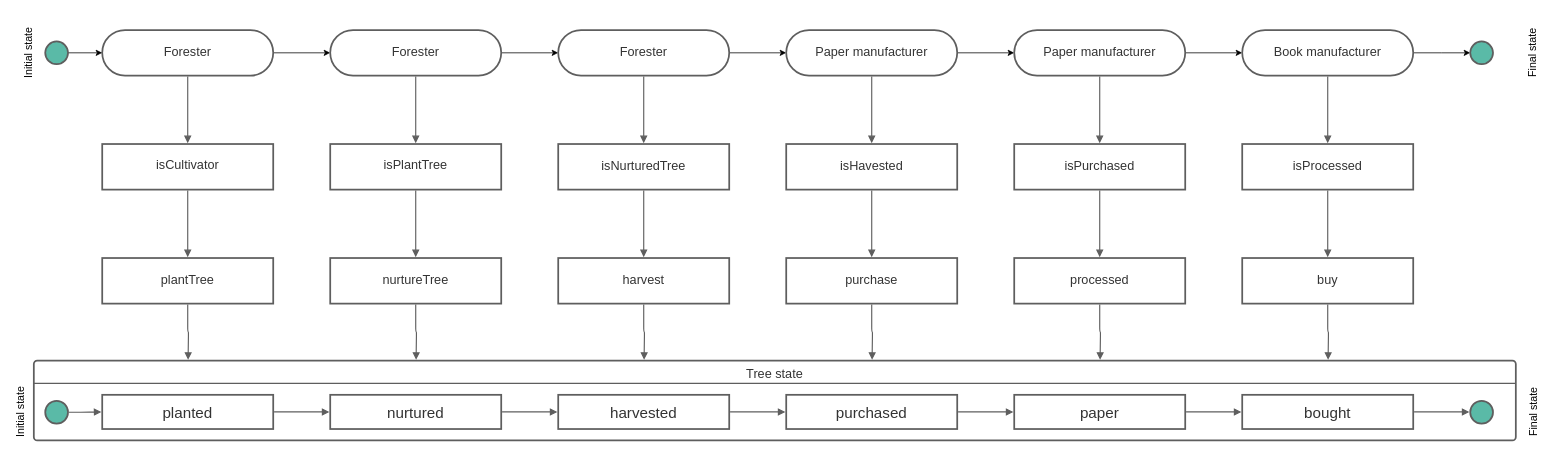
lavikara/project_3 keeps this draw.io diagram as page "Page-2" (2 of 2) of Untitled Diagram.drawio. Above is the earlier version. Source tidied: cells renumbered, new cells numbered last; positions are measured from the earlier drawing's top-left corner, leaving out a move shared by most shapes. Both pictures are drawn from the tidied source at 76%, with x=0, y=0 at pixel (-20, 30).
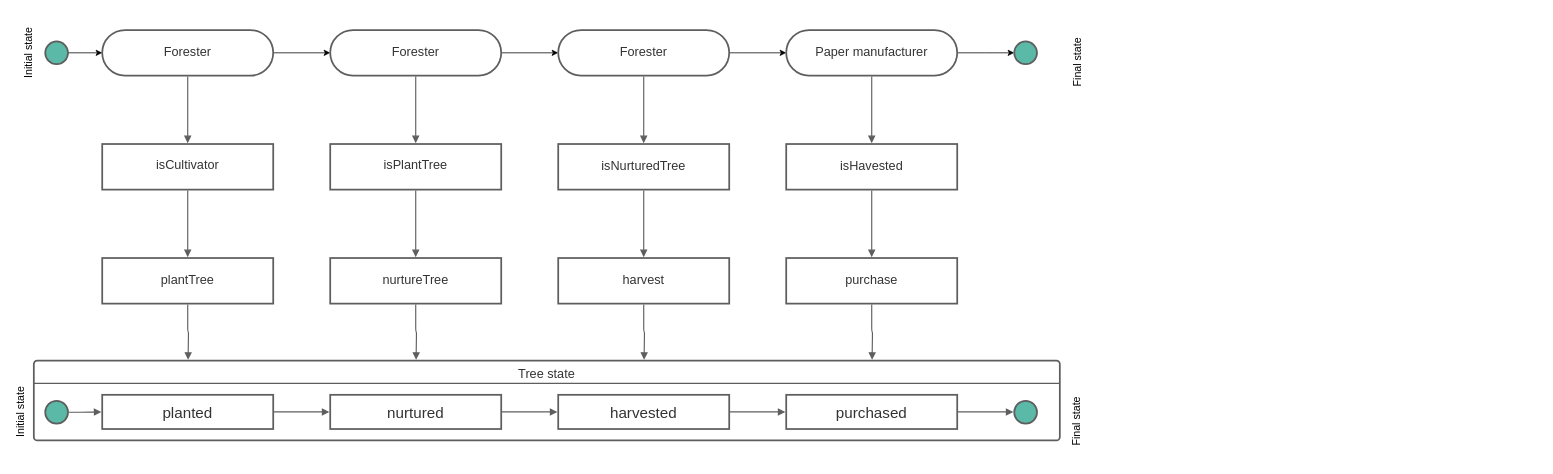
The same page after the edit.

Commit message (it also covers changes not shown here):
Tree state diagram

The change refers to these unchanged cells:
```xml
<mxCell id="11" value="purchased" style="html=1;overflow=block;blockSpacing=1;whiteSpace=wrap;whiteSpace=wrap;fontSize=20;fontColor=#333333;spacing=9;strokeColor=#5e5e5e;strokeOpacity=100;strokeWidth=2.3;" parent="1" vertex="1">
  <mxGeometry x="1060" y="480" width="225" height="45" as="geometry" />
</mxCell>
<mxCell id="21" value="Paper manufacturer" style="html=1;overflow=block;blockSpacing=1;whiteSpace=wrap;rounded=1;arcSize=50;whiteSpace=wrap;fontSize=16.7;fontColor=#333333;spacing=3.8;strokeColor=#5e5e5e;strokeOpacity=100;strokeWidth=2.3;" parent="1" vertex="1">
  <mxGeometry x="1060" width="225" height="60" as="geometry" />
</mxCell>
```

Change to the diagram source:
```diff
@@
     <mxCell id="2" value="Tree state" style="html=1;overflow=block;blockSpacing=1;whiteSpace=wrap;whiteSpace=wrap;fontSize=16.7;fontColor=#333333;spacing=9;verticalAlign=top;strokeColor=#5e5e5e;strokeOpacity=100;rounded=1;absoluteArcSize=1;arcSize=9;strokeWidth=2.3;" parent="1" vertex="1">
-      <mxGeometry x="70" y="435" width="1950" height="105" as="geometry" />
+      <mxGeometry x="70" y="435" width="1350" height="105" as="geometry" />
     </mxCell>
@@
-    <mxCell id="20" style="edgeStyle=orthogonalEdgeStyle;rounded=0;jettySize=auto;html=1;exitX=1;exitY=0.5;exitDx=0;exitDy=0;entryX=0;entryY=0.5;entryDx=0;entryDy=0;" parent="1" edge="1" source="21" target="25">
-      <mxGeometry relative="1" as="geometry" />
+    <mxCell id="20" style="edgeStyle=orthogonalEdgeStyle;rounded=0;jettySize=auto;html=1;exitX=1;exitY=0.5;exitDx=0;exitDy=0;entryX=0;entryY=0.5;entryDx=0;entryDy=0;" parent="1" edge="1" source="21">
+      <mxGeometry relative="1" as="geometry">
+        <mxPoint x="1360" y="30" as="targetPoint" />
+      </mxGeometry>
     </mxCell>
@@
-    <mxCell id="24" style="edgeStyle=orthogonalEdgeStyle;rounded=0;jettySize=auto;html=1;exitX=1;exitY=0.5;exitDx=0;exitDy=0;entryX=0;entryY=0.5;entryDx=0;entryDy=0;" parent="1" edge="1" source="25" target="30">
-      <mxGeometry relative="1" as="geometry" />
-    </mxCell>
-    <mxCell id="25" value="Paper manufacturer" style="html=1;overflow=block;blockSpacing=1;whiteSpace=wrap;rounded=1;arcSize=50;whiteSpace=wrap;fontSize=16.7;fontColor=#333333;spacing=3.8;strokeColor=#5e5e5e;strokeOpacity=100;strokeWidth=2.3;" parent="1" vertex="1">
-      <mxGeometry x="1360" width="225" height="60" as="geometry" />
-    </mxCell>
-    <mxCell id="26" value="isPurchased" style="html=1;overflow=block;blockSpacing=1;whiteSpace=wrap;whiteSpace=wrap;fontSize=16.7;fontColor=#333333;spacing=9;strokeColor=#5e5e5e;strokeOpacity=100;strokeWidth=2.3;" parent="1" vertex="1">
-      <mxGeometry x="1360" y="150" width="225" height="60" as="geometry" />
-    </mxCell>
-    <mxCell id="27" value="processed" style="html=1;overflow=block;blockSpacing=1;whiteSpace=wrap;whiteSpace=wrap;fontSize=16.7;fontColor=#333333;spacing=9;strokeColor=#5e5e5e;strokeOpacity=100;strokeWidth=2.3;" parent="1" vertex="1">
-      <mxGeometry x="1360" y="300" width="225" height="60" as="geometry" />
-    </mxCell>
-    <mxCell id="28" value="paper" style="html=1;overflow=block;blockSpacing=1;whiteSpace=wrap;whiteSpace=wrap;fontSize=20;fontColor=#333333;spacing=9;strokeColor=#5e5e5e;strokeOpacity=100;strokeWidth=2.3;" parent="1" vertex="1">
-      <mxGeometry x="1360" y="480" width="225" height="45" as="geometry" />
-    </mxCell>
-    <mxCell id="29" style="edgeStyle=orthogonalEdgeStyle;rounded=0;jettySize=auto;html=1;exitX=1;exitY=0.5;exitDx=0;exitDy=0;" parent="1" edge="1" source="30">
-      <mxGeometry relative="1" as="geometry">
-        <mxPoint x="1960" y="30" as="targetPoint" />
-      </mxGeometry>
-    </mxCell>
-    <mxCell id="30" value="Book manufacturer" style="html=1;overflow=block;blockSpacing=1;whiteSpace=wrap;rounded=1;arcSize=50;whiteSpace=wrap;fontSize=16.7;fontColor=#333333;spacing=3.8;strokeColor=#5e5e5e;strokeOpacity=100;strokeWidth=2.3;" parent="1" vertex="1">
-      <mxGeometry x="1660" width="225" height="60" as="geometry" />
-    </mxCell>
-    <mxCell id="31" value="isProcessed" style="html=1;overflow=block;blockSpacing=1;whiteSpace=wrap;whiteSpace=wrap;fontSize=16.7;fontColor=#333333;spacing=9;strokeColor=#5e5e5e;strokeOpacity=100;strokeWidth=2.3;" parent="1" vertex="1">
-      <mxGeometry x="1660" y="150" width="225" height="60" as="geometry" />
-    </mxCell>
-    <mxCell id="32" value="buy" style="html=1;overflow=block;blockSpacing=1;whiteSpace=wrap;whiteSpace=wrap;fontSize=16.7;fontColor=#333333;spacing=9;strokeColor=#5e5e5e;strokeOpacity=100;strokeWidth=2.3;" parent="1" vertex="1">
-      <mxGeometry x="1660" y="300" width="225" height="60" as="geometry" />
-    </mxCell>
-    <mxCell id="33" value="bought" style="html=1;overflow=block;blockSpacing=1;whiteSpace=wrap;whiteSpace=wrap;fontSize=20;fontColor=#333333;spacing=9;strokeColor=#5e5e5e;strokeOpacity=100;strokeWidth=2.3;" parent="1" vertex="1">
-      <mxGeometry x="1660" y="480" width="225" height="45" as="geometry" />
-    </mxCell>
     <mxCell id="34" style="html=1;jettySize=18;whiteSpace=wrap;fontSize=13;strokeColor=#5E5E5E;strokeWidth=1.5;rounded=1;arcSize=12;edgeStyle=orthogonalEdgeStyle;startArrow=none;endArrow=none;" parent="1" edge="1">
       <mxGeometry relative="1" as="geometry">
         <mxPoint x="70" y="465" as="sourcePoint" />
-        <mxPoint x="2020" y="465" as="targetPoint" />
+        <mxPoint x="1420" y="465" as="targetPoint" />
       </mxGeometry>
     </mxCell>
@@
-    <mxCell id="45" style="html=1;jettySize=18;whiteSpace=wrap;fontSize=13;strokeColor=#5E5E5E;strokeWidth=1.5;rounded=1;arcSize=12;edgeStyle=orthogonalEdgeStyle;startArrow=none;endArrow=block;endFill=1;exitX=1.005;exitY=0.5;exitPerimeter=0;entryX=-0.005;entryY=0.5;entryPerimeter=0;" parent="1" edge="1" source="11" target="28">
-      <mxGeometry relative="1" as="geometry" />
+    <mxCell id="45" style="html=1;jettySize=18;whiteSpace=wrap;fontSize=13;strokeColor=#5E5E5E;strokeWidth=1.5;rounded=1;arcSize=12;edgeStyle=orthogonalEdgeStyle;startArrow=none;endArrow=block;endFill=1;exitX=1.005;exitY=0.5;exitPerimeter=0;entryX=-0.005;entryY=0.5;entryPerimeter=0;" parent="1" edge="1" source="11">
+      <mxGeometry relative="1" as="geometry">
+        <mxPoint x="1358.9" y="502.5" as="targetPoint" />
+      </mxGeometry>
     </mxCell>
-    <mxCell id="46" style="html=1;jettySize=18;whiteSpace=wrap;fontSize=13;strokeColor=#5E5E5E;strokeWidth=1.5;rounded=1;arcSize=12;edgeStyle=orthogonalEdgeStyle;startArrow=none;endArrow=block;endFill=1;exitX=1.005;exitY=0.5;exitPerimeter=0;entryX=-0.005;entryY=0.5;entryPerimeter=0;" parent="1" edge="1" source="28" target="33">
-      <mxGeometry relative="1" as="geometry" />
+    <mxCell id="46" style="html=1;jettySize=18;whiteSpace=wrap;fontSize=13;strokeColor=#5E5E5E;strokeWidth=1.5;rounded=1;arcSize=12;edgeStyle=orthogonalEdgeStyle;startArrow=none;endArrow=block;endFill=1;exitX=1.005;exitY=0.5;exitPerimeter=0;entryX=-0.005;entryY=0.5;entryPerimeter=0;" parent="1" edge="1">
+      <mxGeometry relative="1" as="geometry">
+        <mxPoint x="1586.1" y="502.5" as="sourcePoint" />
+      </mxGeometry>
     </mxCell>
-    <mxCell id="47" style="html=1;jettySize=18;whiteSpace=wrap;fontSize=13;strokeColor=#5E5E5E;strokeWidth=1.5;rounded=1;arcSize=12;edgeStyle=orthogonalEdgeStyle;startArrow=none;endArrow=block;endFill=1;exitX=1.005;exitY=0.5;exitPerimeter=0;entryX=-0.005;entryY=0.5;entryPerimeter=0;" parent="1" edge="1" source="33">
-      <mxGeometry relative="1" as="geometry">
-        <mxPoint x="1958.9" y="502.5" as="targetPoint" />
-      </mxGeometry>
-    </mxCell>
     <mxCell id="48" style="html=1;overflow=block;blockSpacing=1;whiteSpace=wrap;ellipse;whiteSpace=wrap;fontSize=13;spacing=3.8;strokeColor=#5e5e5e;strokeOpacity=100;fillOpacity=100;rounded=1;absoluteArcSize=1;arcSize=9;fillColor=#5abaa7;strokeWidth=2.3;" parent="1" vertex="1">
-      <mxGeometry x="1960" y="488" width="30" height="30" as="geometry" />
+      <mxGeometry x="1360" y="488" width="30" height="30" as="geometry" />
     </mxCell>
@@
-    <mxCell id="55" style="html=1;jettySize=18;whiteSpace=wrap;fontSize=13;strokeColor=#5E5E5E;strokeWidth=1.5;rounded=1;arcSize=12;edgeStyle=orthogonalEdgeStyle;startArrow=none;endArrow=block;endFill=1;exitX=0.5;exitY=1.019;exitPerimeter=0;entryX=0.5;entryY=-0.019;entryPerimeter=0;" parent="1" edge="1" source="25" target="26">
-      <mxGeometry relative="1" as="geometry" />
-    </mxCell>
-    <mxCell id="56" style="html=1;jettySize=18;whiteSpace=wrap;fontSize=13;strokeColor=#5E5E5E;strokeWidth=1.5;rounded=1;arcSize=12;edgeStyle=orthogonalEdgeStyle;startArrow=none;endArrow=block;endFill=1;exitX=0.5;exitY=1.019;exitPerimeter=0;entryX=0.5;entryY=-0.019;entryPerimeter=0;" parent="1" edge="1" source="26" target="27">
-      <mxGeometry relative="1" as="geometry" />
+    <mxCell id="56" style="html=1;jettySize=18;whiteSpace=wrap;fontSize=13;strokeColor=#5E5E5E;strokeWidth=1.5;rounded=1;arcSize=12;edgeStyle=orthogonalEdgeStyle;startArrow=none;endArrow=block;endFill=1;exitX=0.5;exitY=1.019;exitPerimeter=0;entryX=0.5;entryY=-0.019;entryPerimeter=0;" parent="1" edge="1">
+      <mxGeometry relative="1" as="geometry">
+        <mxPoint x="1472.5" y="211.1" as="sourcePoint" />
+      </mxGeometry>
     </mxCell>
-    <mxCell id="57" style="html=1;jettySize=18;whiteSpace=wrap;fontSize=13;strokeColor=#5E5E5E;strokeWidth=1.5;rounded=1;arcSize=12;edgeStyle=orthogonalEdgeStyle;startArrow=none;endArrow=block;endFill=1;exitX=0.5;exitY=1.019;exitPerimeter=0;" parent="1" edge="1" source="27">
-      <mxGeometry relative="1" as="geometry">
-        <mxPoint x="1473" y="434" as="targetPoint" />
-      </mxGeometry>
-    </mxCell>
-    <mxCell id="58" style="html=1;jettySize=18;whiteSpace=wrap;fontSize=13;strokeColor=#5E5E5E;strokeWidth=1.5;rounded=1;arcSize=12;edgeStyle=orthogonalEdgeStyle;startArrow=none;endArrow=block;endFill=1;exitX=0.5;exitY=1.019;exitPerimeter=0;entryX=0.5;entryY=-0.019;entryPerimeter=0;" parent="1" edge="1" source="30" target="31">
-      <mxGeometry relative="1" as="geometry" />
+    <mxCell id="58" style="html=1;jettySize=18;whiteSpace=wrap;fontSize=13;strokeColor=#5E5E5E;strokeWidth=1.5;rounded=1;arcSize=12;edgeStyle=orthogonalEdgeStyle;startArrow=none;endArrow=block;endFill=1;exitX=0.5;exitY=1.019;exitPerimeter=0;entryX=0.5;entryY=-0.019;entryPerimeter=0;" parent="1" edge="1">
+      <mxGeometry relative="1" as="geometry">
+        <mxPoint x="1772.5" y="61.1" as="sourcePoint" />
+      </mxGeometry>
     </mxCell>
-    <mxCell id="59" style="html=1;jettySize=18;whiteSpace=wrap;fontSize=13;strokeColor=#5E5E5E;strokeWidth=1.5;rounded=1;arcSize=12;edgeStyle=orthogonalEdgeStyle;startArrow=none;endArrow=block;endFill=1;exitX=0.5;exitY=1.019;exitPerimeter=0;entryX=0.5;entryY=-0.019;entryPerimeter=0;" parent="1" edge="1" source="31" target="32">
-      <mxGeometry relative="1" as="geometry" />
+    <mxCell id="59" style="html=1;jettySize=18;whiteSpace=wrap;fontSize=13;strokeColor=#5E5E5E;strokeWidth=1.5;rounded=1;arcSize=12;edgeStyle=orthogonalEdgeStyle;startArrow=none;endArrow=block;endFill=1;exitX=0.5;exitY=1.019;exitPerimeter=0;entryX=0.5;entryY=-0.019;entryPerimeter=0;" parent="1" edge="1">
+      <mxGeometry relative="1" as="geometry">
+        <mxPoint x="1772.5" y="211.1" as="sourcePoint" />
+      </mxGeometry>
     </mxCell>
-    <mxCell id="60" style="html=1;jettySize=18;whiteSpace=wrap;fontSize=13;strokeColor=#5E5E5E;strokeWidth=1.5;rounded=1;arcSize=12;edgeStyle=orthogonalEdgeStyle;startArrow=none;endArrow=block;endFill=1;exitX=0.5;exitY=1.019;exitPerimeter=0;" parent="1" edge="1" source="32">
-      <mxGeometry relative="1" as="geometry">
-        <mxPoint x="1773" y="434" as="targetPoint" />
-      </mxGeometry>
-    </mxCell>
     <mxCell id="61" style="html=1;overflow=block;blockSpacing=1;whiteSpace=wrap;ellipse;whiteSpace=wrap;fontSize=13;spacing=3.8;strokeColor=#5e5e5e;strokeOpacity=100;fillOpacity=100;rounded=1;absoluteArcSize=1;arcSize=9;fillColor=#5abaa7;strokeWidth=2.3;" parent="1" vertex="1">
-      <mxGeometry x="1960" y="15" width="30" height="30" as="geometry" />
+      <mxGeometry x="1360" y="15" width="30" height="30" as="geometry" />
     </mxCell>
@@
     <mxCell id="66" value="Final state" style="text;html=1;strokeColor=none;fillColor=none;align=center;verticalAlign=middle;whiteSpace=wrap;rounded=0;rotation=-90;fontSize=14;" parent="1" vertex="1">
-      <mxGeometry x="1990" y="20" width="105" height="20" as="geometry" />
+      <mxGeometry x="1390" y="32.5" width="105" height="20" as="geometry" />
     </mxCell>
     <mxCell id="67" value="Final state" style="text;html=1;strokeColor=none;fillColor=none;align=center;verticalAlign=middle;whiteSpace=wrap;rounded=0;rotation=-90;fontSize=14;" parent="1" vertex="1">
-      <mxGeometry x="1990" y="492.5" width="105" height="20" as="geometry" />
+      <mxGeometry x="1390" y="505" width="105" height="20" as="geometry" />
     </mxCell>
```
